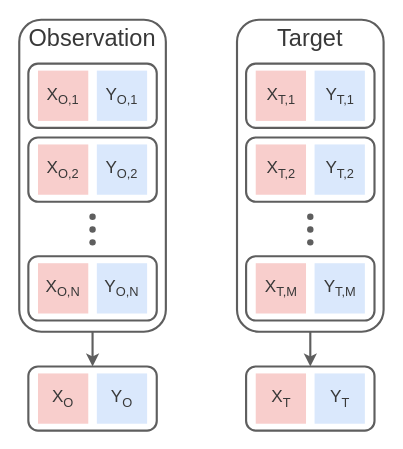
This is page "data" (7 of 10) of neural_process/nps.drawio from toonnyy8/PPT, a draw.io file, before an edit. Source tidied: cells renumbered, new cells numbered last; positions are measured from the earlier drawing's top-left corner, leaving out a move shared by most shapes. Both pictures are drawn from the tidied source at 107%, with x=0, y=0 at pixel (18, 19).
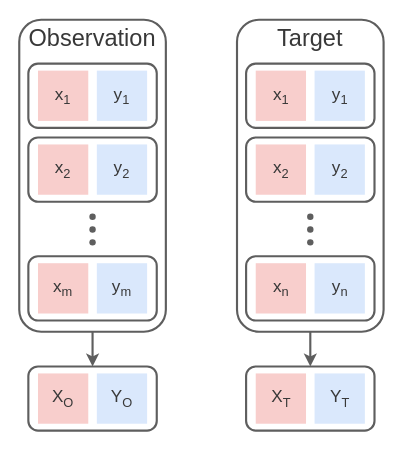
The same page after the edit.

The change refers to these unchanged cells:
```xml
<mxCell id="11" style="group;fontSize=16;fontColor=#383838;" parent="5" vertex="1">
  <mxGeometry x="9" y="186.5" width="102" height="47" as="geometry" />
</mxCell>
<mxCell id="15" style="group;fontSize=16;fontColor=#383838;fillColor=none;" parent="5" vertex="1">
  <mxGeometry x="9" y="75.5" width="102" height="47" as="geometry" />
</mxCell>
<mxCell id="19" style="group;fontSize=16;fontColor=#383838;fillColor=none;" parent="5" vertex="1">
  <mxGeometry x="9" y="6.5" width="102" height="47" as="geometry" />
</mxCell>
<mxCell id="28" style="group;fontSize=16;fontColor=#383838;" parent="1" vertex="1">
  <mxGeometry x="18" y="227.5" width="102" height="47" as="geometry" />
</mxCell>
<mxCell id="32" style="group;fontSize=16;fontColor=#383838;fillColor=none;" parent="1" vertex="1">
  <mxGeometry x="18" y="116.5" width="102" height="47" as="geometry" />
</mxCell>
<mxCell id="36" style="group;fontSize=16;fontColor=#383838;fillColor=none;" parent="1" vertex="1">
  <mxGeometry x="18" y="47.5" width="102" height="47" as="geometry" />
</mxCell>
```

What changed in the source:
```diff
@@
-    <mxCell id="12" value="X&lt;sub&gt;&lt;font style=&quot;font-size: 12px&quot;&gt;T,M&lt;/font&gt;&lt;/sub&gt;" style="whiteSpace=wrap;html=1;strokeColor=none;strokeWidth=2;fillColor=#f8cecc;fontSize=16;fontColor=#383838;" parent="11" vertex="1">
+    <mxCell id="12" value="x&lt;sub&gt;&lt;font style=&quot;font-size: 12px&quot;&gt;n&lt;/font&gt;&lt;/sub&gt;" style="whiteSpace=wrap;html=1;strokeColor=none;strokeWidth=2;fillColor=#f8cecc;fontSize=16;fontColor=#383838;" parent="11" vertex="1">
       <mxGeometry width="47" height="47" as="geometry" />
     </mxCell>
-    <mxCell id="13" value="Y&lt;sub&gt;&lt;font style=&quot;font-size: 12px&quot;&gt;T,M&lt;/font&gt;&lt;/sub&gt;" style="whiteSpace=wrap;html=1;strokeColor=none;strokeWidth=2;fillColor=#dae8fc;fontSize=16;fontColor=#383838;" parent="11" vertex="1">
+    <mxCell id="13" value="y&lt;sub&gt;&lt;font style=&quot;font-size: 12px&quot;&gt;n&lt;/font&gt;&lt;/sub&gt;" style="whiteSpace=wrap;html=1;strokeColor=none;strokeWidth=2;fillColor=#dae8fc;fontSize=16;fontColor=#383838;" parent="11" vertex="1">
       <mxGeometry x="55" width="47" height="47" as="geometry" />
     </mxCell>
@@
-    <mxCell id="16" value="X&lt;sub&gt;&lt;font style=&quot;font-size: 12px&quot;&gt;T,2&lt;/font&gt;&lt;/sub&gt;" style="whiteSpace=wrap;html=1;strokeColor=none;strokeWidth=2;fillColor=#f8cecc;fontSize=16;fontColor=#383838;" parent="15" vertex="1">
+    <mxCell id="16" value="x&lt;sub&gt;&lt;font style=&quot;font-size: 12px&quot;&gt;2&lt;/font&gt;&lt;/sub&gt;" style="whiteSpace=wrap;html=1;strokeColor=none;strokeWidth=2;fillColor=#f8cecc;fontSize=16;fontColor=#383838;" parent="15" vertex="1">
       <mxGeometry width="47" height="47" as="geometry" />
     </mxCell>
-    <mxCell id="17" value="Y&lt;sub&gt;&lt;font style=&quot;font-size: 12px&quot;&gt;T,2&lt;/font&gt;&lt;/sub&gt;" style="whiteSpace=wrap;html=1;strokeColor=none;strokeWidth=2;fillColor=#dae8fc;fontSize=16;fontColor=#383838;" parent="15" vertex="1">
+    <mxCell id="17" value="y&lt;sub&gt;&lt;font style=&quot;font-size: 12px&quot;&gt;2&lt;/font&gt;&lt;/sub&gt;" style="whiteSpace=wrap;html=1;strokeColor=none;strokeWidth=2;fillColor=#dae8fc;fontSize=16;fontColor=#383838;" parent="15" vertex="1">
       <mxGeometry x="55" width="47" height="47" as="geometry" />
     </mxCell>
@@
-    <mxCell id="20" value="X&lt;sub&gt;&lt;font style=&quot;font-size: 12px&quot;&gt;T,&lt;/font&gt;&lt;font style=&quot;font-size: 12px&quot;&gt;1&lt;/font&gt;&lt;/sub&gt;" style="whiteSpace=wrap;html=1;strokeColor=none;strokeWidth=2;fillColor=#f8cecc;fontSize=16;fontColor=#383838;" parent="19" vertex="1">
+    <mxCell id="20" value="x&lt;sub&gt;&lt;font style=&quot;font-size: 12px&quot;&gt;1&lt;/font&gt;&lt;/sub&gt;" style="whiteSpace=wrap;html=1;strokeColor=none;strokeWidth=2;fillColor=#f8cecc;fontSize=16;fontColor=#383838;" parent="19" vertex="1">
       <mxGeometry width="47" height="47" as="geometry" />
     </mxCell>
-    <mxCell id="21" value="Y&lt;sub&gt;&lt;font style=&quot;font-size: 12px&quot;&gt;T,&lt;/font&gt;&lt;font style=&quot;font-size: 12px&quot;&gt;1&lt;/font&gt;&lt;/sub&gt;" style="whiteSpace=wrap;html=1;strokeColor=none;strokeWidth=2;fillColor=#dae8fc;fontSize=16;fontColor=#383838;" parent="19" vertex="1">
+    <mxCell id="21" value="y&lt;sub&gt;&lt;font style=&quot;font-size: 12px&quot;&gt;1&lt;/font&gt;&lt;/sub&gt;" style="whiteSpace=wrap;html=1;strokeColor=none;strokeWidth=2;fillColor=#dae8fc;fontSize=16;fontColor=#383838;" parent="19" vertex="1">
       <mxGeometry x="55" width="47" height="47" as="geometry" />
     </mxCell>
@@
-    <mxCell id="29" value="X&lt;sub&gt;&lt;font style=&quot;font-size: 12px&quot;&gt;O,&lt;/font&gt;&lt;font style=&quot;font-size: 12px&quot;&gt;N&lt;/font&gt;&lt;/sub&gt;" style="whiteSpace=wrap;html=1;strokeColor=none;strokeWidth=2;fillColor=#f8cecc;fontSize=16;fontColor=#383838;" parent="28" vertex="1">
+    <mxCell id="29" value="x&lt;sub&gt;&lt;font style=&quot;font-size: 12px&quot;&gt;m&lt;/font&gt;&lt;/sub&gt;" style="whiteSpace=wrap;html=1;strokeColor=none;strokeWidth=2;fillColor=#f8cecc;fontSize=16;fontColor=#383838;" parent="28" vertex="1">
       <mxGeometry width="47" height="47" as="geometry" />
     </mxCell>
-    <mxCell id="30" value="Y&lt;sub&gt;&lt;font style=&quot;font-size: 12px&quot;&gt;O,N&lt;/font&gt;&lt;/sub&gt;" style="whiteSpace=wrap;html=1;strokeColor=none;strokeWidth=2;fillColor=#dae8fc;fontSize=16;fontColor=#383838;" parent="28" vertex="1">
+    <mxCell id="30" value="y&lt;sub&gt;&lt;font style=&quot;font-size: 12px&quot;&gt;m&lt;/font&gt;&lt;/sub&gt;" style="whiteSpace=wrap;html=1;strokeColor=none;strokeWidth=2;fillColor=#dae8fc;fontSize=16;fontColor=#383838;" parent="28" vertex="1">
       <mxGeometry x="55" width="47" height="47" as="geometry" />
     </mxCell>
@@
-    <mxCell id="33" value="X&lt;sub&gt;&lt;font style=&quot;font-size: 12px&quot;&gt;O,2&lt;/font&gt;&lt;/sub&gt;" style="whiteSpace=wrap;html=1;strokeColor=none;strokeWidth=2;fillColor=#f8cecc;fontSize=16;fontColor=#383838;" parent="32" vertex="1">
+    <mxCell id="33" value="x&lt;sub&gt;&lt;font style=&quot;font-size: 12px&quot;&gt;2&lt;/font&gt;&lt;/sub&gt;" style="whiteSpace=wrap;html=1;strokeColor=none;strokeWidth=2;fillColor=#f8cecc;fontSize=16;fontColor=#383838;" parent="32" vertex="1">
       <mxGeometry width="47" height="47" as="geometry" />
     </mxCell>
-    <mxCell id="34" value="Y&lt;sub&gt;&lt;font style=&quot;font-size: 12px&quot;&gt;O,2&lt;/font&gt;&lt;/sub&gt;" style="whiteSpace=wrap;html=1;strokeColor=none;strokeWidth=2;fillColor=#dae8fc;fontSize=16;fontColor=#383838;" parent="32" vertex="1">
+    <mxCell id="34" value="y&lt;sub&gt;&lt;font style=&quot;font-size: 12px&quot;&gt;2&lt;/font&gt;&lt;/sub&gt;" style="whiteSpace=wrap;html=1;strokeColor=none;strokeWidth=2;fillColor=#dae8fc;fontSize=16;fontColor=#383838;" parent="32" vertex="1">
       <mxGeometry x="55" width="47" height="47" as="geometry" />
     </mxCell>
@@
-    <mxCell id="37" value="X&lt;sub&gt;&lt;font style=&quot;font-size: 12px&quot;&gt;O,&lt;/font&gt;&lt;font style=&quot;font-size: 12px&quot;&gt;1&lt;/font&gt;&lt;/sub&gt;" style="whiteSpace=wrap;html=1;strokeColor=none;strokeWidth=2;fillColor=#f8cecc;fontSize=16;fontColor=#383838;" parent="36" vertex="1">
+    <mxCell id="37" value="x&lt;sub&gt;&lt;font style=&quot;font-size: 12px&quot;&gt;1&lt;/font&gt;&lt;/sub&gt;" style="whiteSpace=wrap;html=1;strokeColor=none;strokeWidth=2;fillColor=#f8cecc;fontSize=16;fontColor=#383838;" parent="36" vertex="1">
       <mxGeometry width="47" height="47" as="geometry" />
     </mxCell>
-    <mxCell id="38" value="Y&lt;sub&gt;&lt;font style=&quot;font-size: 12px&quot;&gt;O,&lt;/font&gt;&lt;font style=&quot;font-size: 12px&quot;&gt;1&lt;/font&gt;&lt;/sub&gt;" style="whiteSpace=wrap;html=1;strokeColor=none;strokeWidth=2;fillColor=#dae8fc;fontSize=16;fontColor=#383838;" parent="36" vertex="1">
+    <mxCell id="38" value="y&lt;sub&gt;&lt;font style=&quot;font-size: 12px&quot;&gt;1&lt;/font&gt;&lt;/sub&gt;" style="whiteSpace=wrap;html=1;strokeColor=none;strokeWidth=2;fillColor=#dae8fc;fontSize=16;fontColor=#383838;" parent="36" vertex="1">
       <mxGeometry x="55" width="47" height="47" as="geometry" />
     </mxCell>
```
